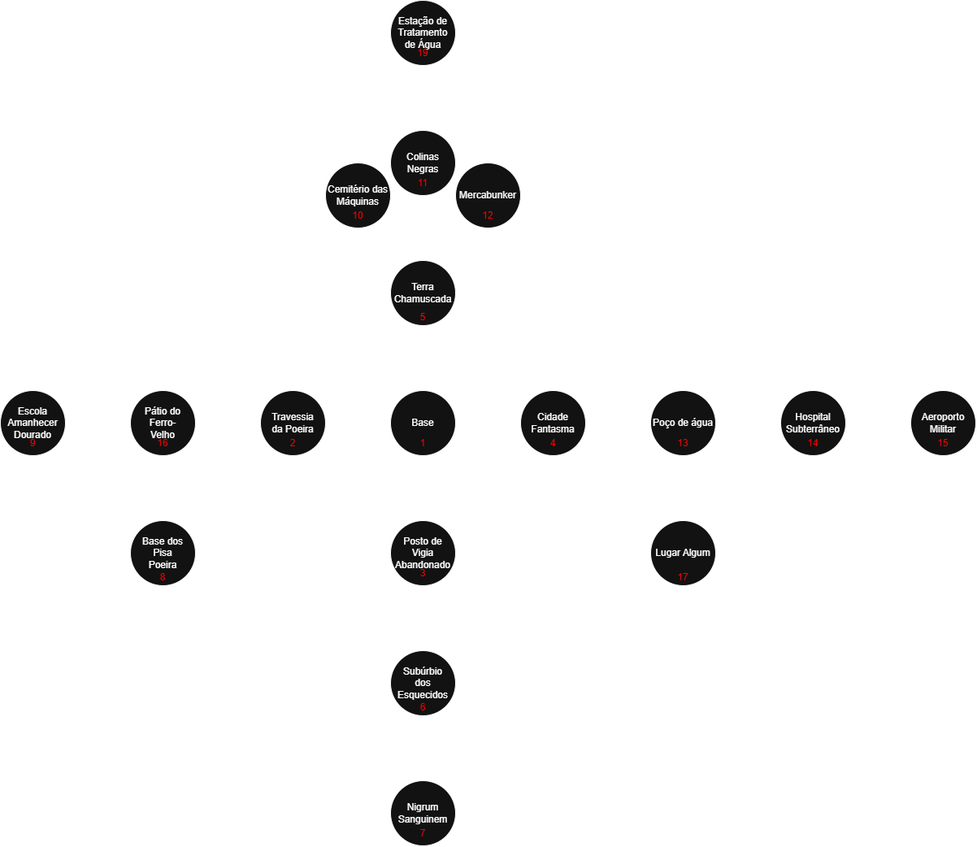
Earlier version of the draw.io export Representação_Mapa_ID.png (SBD1/2025.1-grupo8-Terra_Morta). Source tidied: cells renumbered, new cells last; positions are measured from the earlier drawing's top-left corner, leaving out a move shared by most shapes.
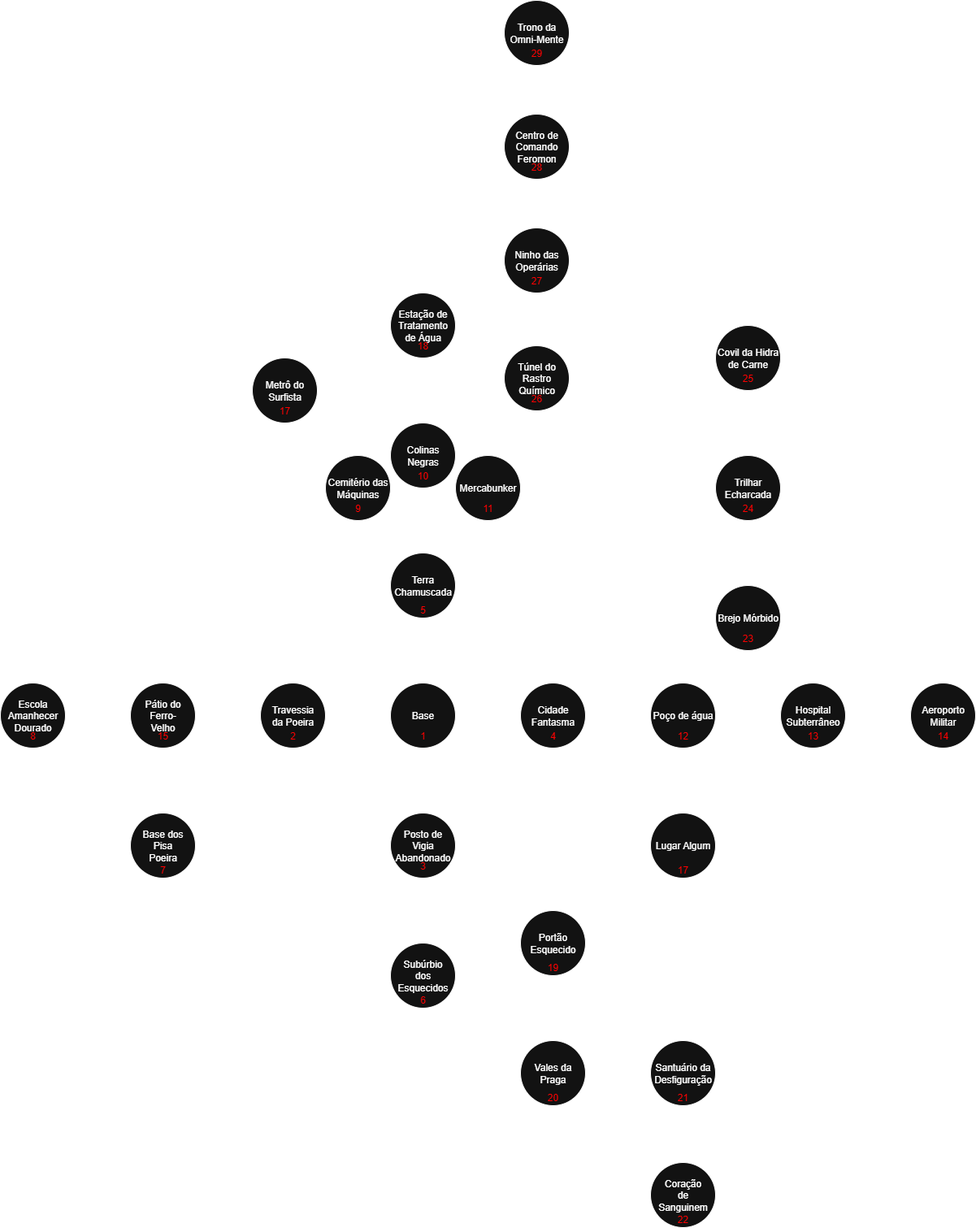
Later version of the same file.

Commit message:
refactor: Adição do Mapa Novo

What changed in the source:
```diff
@@ -145,15 +145,6 @@
     <mxCell id="37" value="Hospital Subterrâneo" style="ellipse;whiteSpace=wrap;html=1;" parent="1" vertex="1">
       <mxGeometry x="960" y="480" width="80" height="80" as="geometry" />
     </mxCell>
-    <mxCell id="38" style="endArrow=none;html=1;rounded=0;" parent="1" edge="1">
-      <mxGeometry relative="1" as="geometry">
-        <mxPoint x="520" y="960" as="sourcePoint" />
-        <mxPoint x="520" y="880" as="targetPoint" />
-      </mxGeometry>
-    </mxCell>
-    <mxCell id="39" value="Nigrum Sanguinem" style="ellipse;whiteSpace=wrap;html=1;" parent="1" vertex="1">
-      <mxGeometry x="480" y="960" width="80" height="80" as="geometry" />
-    </mxCell>
     <mxCell id="40" style="endArrow=none;html=1;rounded=0;" parent="1" edge="1">
       <mxGeometry relative="1" as="geometry">
         <mxPoint x="1120" y="520" as="sourcePoint" />
@@ -184,25 +175,25 @@
     <mxCell id="47" value="&lt;font style=&quot;color: light-dark(rgb(0, 0, 0), rgb(255, 0, 0));&quot;&gt;4&lt;/font&gt;" style="text;strokeColor=none;align=center;fillColor=none;html=1;verticalAlign=middle;whiteSpace=wrap;rounded=0;" parent="1" vertex="1">
       <mxGeometry x="650" y="530" width="60" height="30" as="geometry" />
     </mxCell>
-    <mxCell id="48" value="&lt;font style=&quot;color: light-dark(rgb(0, 0, 0), rgb(255, 0, 0));&quot;&gt;13&lt;/font&gt;" style="text;strokeColor=none;align=center;fillColor=none;html=1;verticalAlign=middle;whiteSpace=wrap;rounded=0;" parent="1" vertex="1">
+    <mxCell id="48" value="&lt;font style=&quot;color: light-dark(rgb(0, 0, 0), rgb(255, 0, 0));&quot;&gt;12&lt;/font&gt;" style="text;strokeColor=none;align=center;fillColor=none;html=1;verticalAlign=middle;whiteSpace=wrap;rounded=0;" parent="1" vertex="1">
       <mxGeometry x="810" y="530" width="60" height="30" as="geometry" />
     </mxCell>
-    <mxCell id="49" value="&lt;font style=&quot;color: light-dark(rgb(0, 0, 0), rgb(255, 0, 0));&quot;&gt;14&lt;/font&gt;" style="text;strokeColor=none;align=center;fillColor=none;html=1;verticalAlign=middle;whiteSpace=wrap;rounded=0;" parent="1" vertex="1">
+    <mxCell id="49" value="&lt;font style=&quot;color: light-dark(rgb(0, 0, 0), rgb(255, 0, 0));&quot;&gt;13&lt;/font&gt;" style="text;strokeColor=none;align=center;fillColor=none;html=1;verticalAlign=middle;whiteSpace=wrap;rounded=0;" parent="1" vertex="1">
       <mxGeometry x="970" y="530" width="60" height="30" as="geometry" />
     </mxCell>
-    <mxCell id="50" value="&lt;font style=&quot;color: light-dark(rgb(0, 0, 0), rgb(255, 0, 0));&quot;&gt;15&lt;/font&gt;" style="text;strokeColor=none;align=center;fillColor=none;html=1;verticalAlign=middle;whiteSpace=wrap;rounded=0;" parent="1" vertex="1">
+    <mxCell id="50" value="&lt;font style=&quot;color: light-dark(rgb(0, 0, 0), rgb(255, 0, 0));&quot;&gt;14&lt;/font&gt;" style="text;strokeColor=none;align=center;fillColor=none;html=1;verticalAlign=middle;whiteSpace=wrap;rounded=0;" parent="1" vertex="1">
       <mxGeometry x="1130" y="530" width="60" height="30" as="geometry" />
     </mxCell>
     <mxCell id="51" value="&lt;font style=&quot;color: light-dark(rgb(0, 0, 0), rgb(255, 0, 0));&quot;&gt;2&lt;/font&gt;" style="text;strokeColor=none;align=center;fillColor=none;html=1;verticalAlign=middle;whiteSpace=wrap;rounded=0;" parent="1" vertex="1">
       <mxGeometry x="330" y="530" width="60" height="30" as="geometry" />
     </mxCell>
-    <mxCell id="52" value="&lt;font style=&quot;color: light-dark(rgb(0, 0, 0), rgb(255, 0, 0));&quot;&gt;16&lt;/font&gt;" style="text;strokeColor=none;align=center;fillColor=none;html=1;verticalAlign=middle;whiteSpace=wrap;rounded=0;" parent="1" vertex="1">
+    <mxCell id="52" value="&lt;font style=&quot;color: light-dark(rgb(0, 0, 0), rgb(255, 0, 0));&quot;&gt;15&lt;/font&gt;" style="text;strokeColor=none;align=center;fillColor=none;html=1;verticalAlign=middle;whiteSpace=wrap;rounded=0;" parent="1" vertex="1">
       <mxGeometry x="170" y="530" width="60" height="30" as="geometry" />
     </mxCell>
-    <mxCell id="53" value="&lt;font style=&quot;color: light-dark(rgb(0, 0, 0), rgb(255, 0, 0));&quot;&gt;9&lt;/font&gt;" style="text;strokeColor=none;align=center;fillColor=none;html=1;verticalAlign=middle;whiteSpace=wrap;rounded=0;" parent="1" vertex="1">
+    <mxCell id="53" value="&lt;font style=&quot;color: light-dark(rgb(0, 0, 0), rgb(255, 0, 0));&quot;&gt;8&lt;/font&gt;" style="text;strokeColor=none;align=center;fillColor=none;html=1;verticalAlign=middle;whiteSpace=wrap;rounded=0;" parent="1" vertex="1">
       <mxGeometry x="10" y="530" width="60" height="30" as="geometry" />
     </mxCell>
-    <mxCell id="54" value="&lt;font style=&quot;color: light-dark(rgb(0, 0, 0), rgb(255, 0, 0));&quot;&gt;8&lt;/font&gt;" style="text;strokeColor=none;align=center;fillColor=none;html=1;verticalAlign=middle;whiteSpace=wrap;rounded=0;" parent="1" vertex="1">
+    <mxCell id="54" value="&lt;font style=&quot;color: light-dark(rgb(0, 0, 0), rgb(255, 0, 0));&quot;&gt;7&lt;/font&gt;" style="text;strokeColor=none;align=center;fillColor=none;html=1;verticalAlign=middle;whiteSpace=wrap;rounded=0;" parent="1" vertex="1">
       <mxGeometry x="170" y="695" width="60" height="30" as="geometry" />
     </mxCell>
     <mxCell id="55" value="&lt;font style=&quot;color: light-dark(rgb(0, 0, 0), rgb(255, 0, 0));&quot;&gt;3&lt;/font&gt;" style="text;strokeColor=none;align=center;fillColor=none;html=1;verticalAlign=middle;whiteSpace=wrap;rounded=0;" parent="1" vertex="1">
@@ -211,26 +202,157 @@
     <mxCell id="56" value="&lt;font style=&quot;color: light-dark(rgb(0, 0, 0), rgb(255, 0, 0));&quot;&gt;6&lt;/font&gt;" style="text;strokeColor=none;align=center;fillColor=none;html=1;verticalAlign=middle;whiteSpace=wrap;rounded=0;" parent="1" vertex="1">
       <mxGeometry x="490" y="855" width="60" height="30" as="geometry" />
     </mxCell>
-    <mxCell id="57" value="&lt;font style=&quot;color: light-dark(rgb(0, 0, 0), rgb(255, 0, 0));&quot;&gt;7&lt;/font&gt;" style="text;strokeColor=none;align=center;fillColor=none;html=1;verticalAlign=middle;whiteSpace=wrap;rounded=0;" parent="1" vertex="1">
-      <mxGeometry x="490" y="1010" width="60" height="30" as="geometry" />
-    </mxCell>
     <mxCell id="58" value="&lt;font style=&quot;color: light-dark(rgb(0, 0, 0), rgb(255, 0, 0));&quot;&gt;5&lt;/font&gt;" style="text;strokeColor=none;align=center;fillColor=none;html=1;verticalAlign=middle;whiteSpace=wrap;rounded=0;" parent="1" vertex="1">
       <mxGeometry x="490" y="375" width="60" height="30" as="geometry" />
     </mxCell>
-    <mxCell id="59" value="&lt;font style=&quot;color: light-dark(rgb(0, 0, 0), rgb(255, 0, 0));&quot;&gt;12&lt;/font&gt;" style="text;strokeColor=none;align=center;fillColor=none;html=1;verticalAlign=middle;whiteSpace=wrap;rounded=0;" parent="1" vertex="1">
+    <mxCell id="59" value="&lt;font style=&quot;color: light-dark(rgb(0, 0, 0), rgb(255, 0, 0));&quot;&gt;11&lt;/font&gt;" style="text;strokeColor=none;align=center;fillColor=none;html=1;verticalAlign=middle;whiteSpace=wrap;rounded=0;" parent="1" vertex="1">
       <mxGeometry x="570" y="250" width="60" height="30" as="geometry" />
     </mxCell>
-    <mxCell id="60" value="&lt;font style=&quot;color: light-dark(rgb(0, 0, 0), rgb(255, 0, 0));&quot;&gt;11&lt;/font&gt;" style="text;strokeColor=none;align=center;fillColor=none;html=1;verticalAlign=middle;whiteSpace=wrap;rounded=0;" parent="1" vertex="1">
+    <mxCell id="60" value="&lt;font style=&quot;color: light-dark(rgb(0, 0, 0), rgb(255, 0, 0));&quot;&gt;10&lt;/font&gt;" style="text;strokeColor=none;align=center;fillColor=none;html=1;verticalAlign=middle;whiteSpace=wrap;rounded=0;" parent="1" vertex="1">
       <mxGeometry x="490" y="210" width="60" height="30" as="geometry" />
     </mxCell>
-    <mxCell id="61" value="&lt;font style=&quot;color: light-dark(rgb(0, 0, 0), rgb(255, 0, 0));&quot;&gt;10&lt;/font&gt;" style="text;strokeColor=none;align=center;fillColor=none;html=1;verticalAlign=middle;whiteSpace=wrap;rounded=0;" parent="1" vertex="1">
+    <mxCell id="61" value="&lt;font style=&quot;color: light-dark(rgb(0, 0, 0), rgb(255, 0, 0));&quot;&gt;9&lt;/font&gt;" style="text;strokeColor=none;align=center;fillColor=none;html=1;verticalAlign=middle;whiteSpace=wrap;rounded=0;" parent="1" vertex="1">
       <mxGeometry x="410" y="250" width="60" height="30" as="geometry" />
     </mxCell>
-    <mxCell id="62" value="&lt;font style=&quot;color: light-dark(rgb(0, 0, 0), rgb(255, 0, 0));&quot;&gt;19&lt;/font&gt;" style="text;strokeColor=none;align=center;fillColor=none;html=1;verticalAlign=middle;whiteSpace=wrap;rounded=0;" parent="1" vertex="1">
+    <mxCell id="62" value="&lt;font style=&quot;color: light-dark(rgb(0, 0, 0), rgb(255, 0, 0));&quot;&gt;18&lt;/font&gt;" style="text;strokeColor=none;align=center;fillColor=none;html=1;verticalAlign=middle;whiteSpace=wrap;rounded=0;" parent="1" vertex="1">
       <mxGeometry x="490" y="50" width="60" height="30" as="geometry" />
     </mxCell>
     <mxCell id="63" value="&lt;font style=&quot;color: light-dark(rgb(0, 0, 0), rgb(255, 0, 0));&quot;&gt;17&lt;/font&gt;" style="text;strokeColor=none;align=center;fillColor=none;html=1;verticalAlign=middle;whiteSpace=wrap;rounded=0;" parent="1" vertex="1">
       <mxGeometry x="810" y="695" width="60" height="30" as="geometry" />
     </mxCell>
+    <mxCell id="64" value="&lt;p&gt;Metrô do Surfista&lt;/p&gt;&lt;blockquote&gt;&lt;p&gt;&lt;/p&gt;&lt;/blockquote&gt;" style="ellipse;whiteSpace=wrap;html=1;" parent="1" vertex="1">
+      <mxGeometry x="310" y="80" width="80" height="80" as="geometry" />
+    </mxCell>
+    <mxCell id="65" style="endArrow=none;html=1;rounded=0;entryX=0.5;entryY=1;entryDx=0;entryDy=0;exitX=0.5;exitY=0;exitDx=0;exitDy=0;" parent="1" edge="1" source="15" target="64">
+      <mxGeometry relative="1" as="geometry" />
+    </mxCell>
+    <mxCell id="66" style="endArrow=none;html=1;rounded=0;entryX=0;entryY=0.5;entryDx=0;entryDy=0;exitX=0.5;exitY=0;exitDx=0;exitDy=0;" parent="1" edge="1" source="64" target="19">
+      <mxGeometry relative="1" as="geometry" />
+    </mxCell>
+    <mxCell id="67" value="&lt;font style=&quot;color: light-dark(rgb(0, 0, 0), rgb(255, 0, 0));&quot;&gt;17&lt;/font&gt;" style="text;strokeColor=none;align=center;fillColor=none;html=1;verticalAlign=middle;whiteSpace=wrap;rounded=0;" parent="1" vertex="1">
+      <mxGeometry x="320" y="130" width="60" height="30" as="geometry" />
+    </mxCell>
+    <mxCell id="68" style="ellipse;whiteSpace=wrap;html=1;" parent="1" vertex="1">
+      <mxGeometry x="640" y="760" width="80" height="80" as="geometry" />
+    </mxCell>
+    <mxCell id="69" value="Portão Esquecido" style="text;html=1;align=center;verticalAlign=middle;whiteSpace=wrap;rounded=0;" parent="1" vertex="1">
+      <mxGeometry x="650" y="785" width="60" height="30" as="geometry" />
+    </mxCell>
+    <mxCell id="70" value="&lt;font style=&quot;color: light-dark(rgb(0, 0, 0), rgb(255, 0, 0));&quot;&gt;19&lt;/font&gt;" style="text;strokeColor=none;align=center;fillColor=none;html=1;verticalAlign=middle;whiteSpace=wrap;rounded=0;" parent="1" vertex="1">
+      <mxGeometry x="650" y="815" width="60" height="30" as="geometry" />
+    </mxCell>
+    <mxCell id="71" style="ellipse;whiteSpace=wrap;html=1;" parent="1" vertex="1">
+      <mxGeometry x="640" y="920" width="80" height="80" as="geometry" />
+    </mxCell>
+    <mxCell id="72" value="Vales da Praga" style="text;html=1;align=center;verticalAlign=middle;whiteSpace=wrap;rounded=0;" parent="1" vertex="1">
+      <mxGeometry x="650" y="945" width="60" height="30" as="geometry" />
+    </mxCell>
+    <mxCell id="73" value="&lt;font style=&quot;color: light-dark(rgb(0, 0, 0), rgb(255, 0, 0));&quot;&gt;20&lt;/font&gt;" style="text;strokeColor=none;align=center;fillColor=none;html=1;verticalAlign=middle;whiteSpace=wrap;rounded=0;" parent="1" vertex="1">
+      <mxGeometry x="650" y="975" width="60" height="30" as="geometry" />
+    </mxCell>
+    <mxCell id="74" style="ellipse;whiteSpace=wrap;html=1;" parent="1" vertex="1">
+      <mxGeometry x="800" y="920" width="80" height="80" as="geometry" />
+    </mxCell>
+    <mxCell id="75" value="Santuário da Desfiguração" style="text;html=1;align=center;verticalAlign=middle;whiteSpace=wrap;rounded=0;" parent="1" vertex="1">
+      <mxGeometry x="810" y="945" width="60" height="30" as="geometry" />
+    </mxCell>
+    <mxCell id="76" value="&lt;font style=&quot;color: light-dark(rgb(0, 0, 0), rgb(255, 0, 0));&quot;&gt;21&lt;/font&gt;" style="text;strokeColor=none;align=center;fillColor=none;html=1;verticalAlign=middle;whiteSpace=wrap;rounded=0;" parent="1" vertex="1">
+      <mxGeometry x="810" y="975" width="60" height="30" as="geometry" />
+    </mxCell>
+    <mxCell id="77" style="endArrow=none;html=1;rounded=0;entryX=1;entryY=0.5;entryDx=0;entryDy=0;exitX=0.5;exitY=0;exitDx=0;exitDy=0;" parent="1" edge="1" source="68" target="11">
+      <mxGeometry relative="1" as="geometry" />
+    </mxCell>
+    <mxCell id="78" style="endArrow=none;html=1;rounded=0;entryX=0.5;entryY=1;entryDx=0;entryDy=0;exitX=0.5;exitY=0;exitDx=0;exitDy=0;" parent="1" edge="1" source="71" target="68">
+      <mxGeometry relative="1" as="geometry" />
+    </mxCell>
+    <mxCell id="79" style="endArrow=none;html=1;rounded=0;exitX=1;exitY=0.5;exitDx=0;exitDy=0;entryX=0;entryY=0.5;entryDx=0;entryDy=0;" parent="1" edge="1" source="71" target="74">
+      <mxGeometry relative="1" as="geometry" />
+    </mxCell>
+    <mxCell id="80" style="ellipse;whiteSpace=wrap;html=1;" parent="1" vertex="1">
+      <mxGeometry x="800" y="1070" width="80" height="80" as="geometry" />
+    </mxCell>
+    <mxCell id="81" value="Coração de Sanguinem" style="text;html=1;align=center;verticalAlign=middle;whiteSpace=wrap;rounded=0;" parent="1" vertex="1">
+      <mxGeometry x="810" y="1095" width="60" height="30" as="geometry" />
+    </mxCell>
+    <mxCell id="82" value="&lt;font style=&quot;color: light-dark(rgb(0, 0, 0), rgb(255, 0, 0));&quot;&gt;22&lt;/font&gt;" style="text;strokeColor=none;align=center;fillColor=none;html=1;verticalAlign=middle;whiteSpace=wrap;rounded=0;" parent="1" vertex="1">
+      <mxGeometry x="810" y="1125" width="60" height="30" as="geometry" />
+    </mxCell>
+    <mxCell id="83" style="endArrow=none;html=1;rounded=0;exitX=0.5;exitY=0;exitDx=0;exitDy=0;entryX=0.5;entryY=1;entryDx=0;entryDy=0;" parent="1" edge="1" source="80" target="76">
+      <mxGeometry relative="1" as="geometry" />
+    </mxCell>
+    <mxCell id="84" value="Brejo Mórbido" style="ellipse;whiteSpace=wrap;html=1;" parent="1" vertex="1">
+      <mxGeometry x="880" y="360" width="80" height="80" as="geometry" />
+    </mxCell>
+    <mxCell id="85" value="&lt;font style=&quot;color: light-dark(rgb(0, 0, 0), rgb(255, 0, 0));&quot;&gt;23&lt;/font&gt;" style="text;strokeColor=none;align=center;fillColor=none;html=1;verticalAlign=middle;whiteSpace=wrap;rounded=0;" parent="1" vertex="1">
+      <mxGeometry x="890" y="410" width="60" height="30" as="geometry" />
+    </mxCell>
+    <mxCell id="86" value="Trilhar Echarcada" style="ellipse;whiteSpace=wrap;html=1;" parent="1" vertex="1">
+      <mxGeometry x="880" y="200" width="80" height="80" as="geometry" />
+    </mxCell>
+    <mxCell id="87" value="&lt;font style=&quot;color: light-dark(rgb(0, 0, 0), rgb(255, 0, 0));&quot;&gt;24&lt;/font&gt;" style="text;strokeColor=none;align=center;fillColor=none;html=1;verticalAlign=middle;whiteSpace=wrap;rounded=0;" parent="1" vertex="1">
+      <mxGeometry x="890" y="250" width="60" height="30" as="geometry" />
+    </mxCell>
+    <mxCell id="88" value="Covil da Hidra de Carne" style="ellipse;whiteSpace=wrap;html=1;" parent="1" vertex="1">
+      <mxGeometry x="880" y="40" width="80" height="80" as="geometry" />
+    </mxCell>
+    <mxCell id="89" value="&lt;font style=&quot;color: light-dark(rgb(0, 0, 0), rgb(255, 0, 0));&quot;&gt;25&lt;/font&gt;" style="text;strokeColor=none;align=center;fillColor=none;html=1;verticalAlign=middle;whiteSpace=wrap;rounded=0;" parent="1" vertex="1">
+      <mxGeometry x="890" y="90" width="60" height="30" as="geometry" />
+    </mxCell>
+    <mxCell id="90" style="endArrow=none;html=1;rounded=0;entryX=1;entryY=0.5;entryDx=0;entryDy=0;exitX=0.5;exitY=0;exitDx=0;exitDy=0;" parent="1" edge="1" source="37" target="84">
+      <mxGeometry relative="1" as="geometry" />
+    </mxCell>
+    <mxCell id="91" style="endArrow=none;html=1;rounded=0;entryX=0;entryY=0.5;entryDx=0;entryDy=0;exitX=0.5;exitY=0;exitDx=0;exitDy=0;" parent="1" edge="1" source="35" target="84">
+      <mxGeometry relative="1" as="geometry" />
+    </mxCell>
+    <mxCell id="92" style="endArrow=none;html=1;rounded=0;entryX=0.5;entryY=1;entryDx=0;entryDy=0;exitX=0.5;exitY=0;exitDx=0;exitDy=0;" parent="1" edge="1" source="84" target="87">
+      <mxGeometry relative="1" as="geometry" />
+    </mxCell>
+    <mxCell id="93" style="endArrow=none;html=1;rounded=0;entryX=0.5;entryY=1;entryDx=0;entryDy=0;exitX=0.5;exitY=0;exitDx=0;exitDy=0;" parent="1" edge="1" source="86" target="89">
+      <mxGeometry relative="1" as="geometry" />
+    </mxCell>
+    <mxCell id="94" value="Túnel do Rastro Químico" style="ellipse;whiteSpace=wrap;html=1;" parent="1" vertex="1">
+      <mxGeometry x="620" y="65" width="80" height="80" as="geometry" />
+    </mxCell>
+    <mxCell id="95" value="&lt;font style=&quot;color: light-dark(rgb(0, 0, 0), rgb(255, 0, 0));&quot;&gt;26&lt;/font&gt;" style="text;strokeColor=none;align=center;fillColor=none;html=1;verticalAlign=middle;whiteSpace=wrap;rounded=0;" parent="1" vertex="1">
+      <mxGeometry x="630" y="115" width="60" height="30" as="geometry" />
+    </mxCell>
+    <mxCell id="96" value="Ninho das Operárias" style="ellipse;whiteSpace=wrap;html=1;" parent="1" vertex="1">
+      <mxGeometry x="620" y="-80" width="80" height="80" as="geometry" />
+    </mxCell>
+    <mxCell id="97" value="&lt;font style=&quot;color: light-dark(rgb(0, 0, 0), rgb(255, 0, 0));&quot;&gt;27&lt;/font&gt;" style="text;strokeColor=none;align=center;fillColor=none;html=1;verticalAlign=middle;whiteSpace=wrap;rounded=0;" parent="1" vertex="1">
+      <mxGeometry x="630" y="-30" width="60" height="30" as="geometry" />
+    </mxCell>
+    <mxCell id="98" value="Centro de Comando Feromon" style="ellipse;whiteSpace=wrap;html=1;" parent="1" vertex="1">
+      <mxGeometry x="620" y="-220" width="80" height="80" as="geometry" />
+    </mxCell>
+    <mxCell id="99" value="&lt;font style=&quot;color: light-dark(rgb(0, 0, 0), rgb(255, 0, 0));&quot;&gt;28&lt;/font&gt;" style="text;strokeColor=none;align=center;fillColor=none;html=1;verticalAlign=middle;whiteSpace=wrap;rounded=0;" parent="1" vertex="1">
+      <mxGeometry x="630" y="-170" width="60" height="30" as="geometry" />
+    </mxCell>
+    <mxCell id="100" value="Trono da Omni-Mente" style="ellipse;whiteSpace=wrap;html=1;" parent="1" vertex="1">
+      <mxGeometry x="620" y="-360" width="80" height="80" as="geometry" />
+    </mxCell>
+    <mxCell id="101" value="&lt;font style=&quot;color: light-dark(rgb(0, 0, 0), rgb(255, 0, 0));&quot;&gt;29&lt;/font&gt;" style="text;strokeColor=none;align=center;fillColor=none;html=1;verticalAlign=middle;whiteSpace=wrap;rounded=0;" parent="1" vertex="1">
+      <mxGeometry x="630" y="-310" width="60" height="30" as="geometry" />
+    </mxCell>
+    <mxCell id="102" style="endArrow=none;html=1;rounded=0;exitX=1;exitY=0;exitDx=0;exitDy=0;entryX=0.5;entryY=1;entryDx=0;entryDy=0;" parent="1" edge="1" source="16" target="95">
+      <mxGeometry relative="1" as="geometry" />
+    </mxCell>
+    <mxCell id="103" style="endArrow=none;html=1;rounded=0;exitX=0.5;exitY=0;exitDx=0;exitDy=0;entryX=0.5;entryY=1;entryDx=0;entryDy=0;" parent="1" edge="1" source="94" target="97">
+      <mxGeometry relative="1" as="geometry" />
+    </mxCell>
+    <mxCell id="104" style="endArrow=none;html=1;rounded=0;exitX=0.5;exitY=0;exitDx=0;exitDy=0;entryX=0.5;entryY=1;entryDx=0;entryDy=0;" parent="1" edge="1" source="96" target="99">
+      <mxGeometry relative="1" as="geometry" />
+    </mxCell>
+    <mxCell id="105" style="endArrow=none;html=1;rounded=0;exitX=0.5;exitY=0;exitDx=0;exitDy=0;entryX=0.5;entryY=1;entryDx=0;entryDy=0;" parent="1" edge="1" source="98" target="101">
+      <mxGeometry relative="1" as="geometry" />
+    </mxCell>
+    <mxCell id="106" style="endArrow=none;html=1;rounded=0;exitX=1;exitY=0.5;exitDx=0;exitDy=0;entryX=1;entryY=0.5;entryDx=0;entryDy=0;" parent="1" edge="1" source="94" target="98">
+      <mxGeometry relative="1" as="geometry">
+        <Array as="points">
+          <mxPoint x="760" y="105" />
+          <mxPoint x="760" y="-180" />
+        </Array>
+      </mxGeometry>
+    </mxCell>
   </root>
 </mxGraphModel>
```
